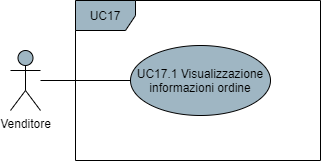
This is DocumentazioneEsterna/AnalisiDeiRequisiti/res/UseCase/Immagini/VisualizzazioneOrdiniMerchant.png from Omicron-Team/Documentazione, a draw.io export, as it was before one commit. Source tidied: cells renumbered, new cells last; positions are measured from the earlier drawing's top-left corner, leaving out a move shared by most shapes.
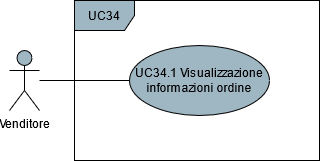
Later version of the same file.

What changed in the source:
```diff
@@ -8,10 +8,10 @@
     <mxCell id="3" value="Venditore" style="shape=umlActor;verticalLabelPosition=bottom;verticalAlign=top;html=1;fillColor=#9FB6C3;" parent="1" vertex="1">
       <mxGeometry y="50" width="30" height="60" as="geometry" />
     </mxCell>
-    <mxCell id="4" value="UC17" style="shape=umlFrame;whiteSpace=wrap;html=1;fillColor=#9FB6C3;" parent="1" vertex="1">
+    <mxCell id="4" value="UC34" style="shape=umlFrame;whiteSpace=wrap;html=1;fillColor=#9FB6C3;" parent="1" vertex="1">
       <mxGeometry x="65" width="245" height="160" as="geometry" />
     </mxCell>
-    <mxCell id="5" value="UC17.1 Visualizzazione informazioni ordine" style="ellipse;whiteSpace=wrap;html=1;fillColor=#9FB6C3;" parent="1" vertex="1">
+    <mxCell id="5" value="UC34.1 Visualizzazione informazioni ordine" style="ellipse;whiteSpace=wrap;html=1;fillColor=#9FB6C3;" parent="1" vertex="1">
       <mxGeometry x="120" y="45" width="140" height="70" as="geometry" />
     </mxCell>
   </root>
```
